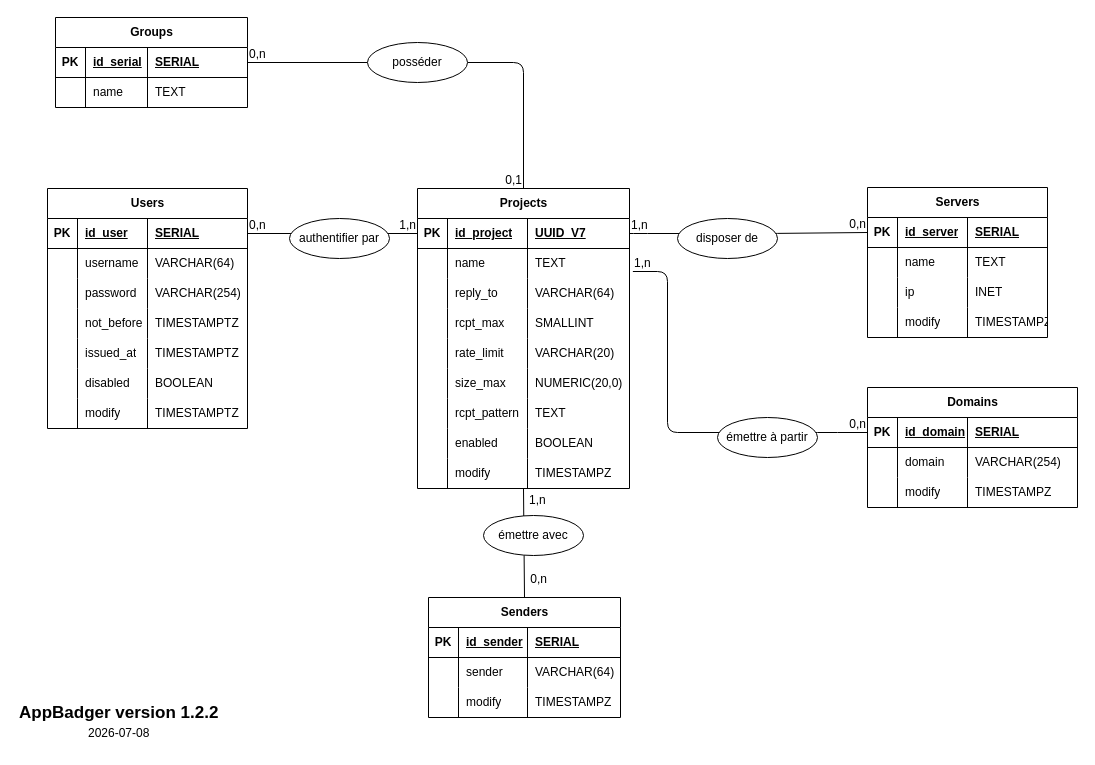
The draw.io diagram Doc/mcd.drawio in matyas-cyril/appmail-badger, before the edit. Source tidied: cells renumbered, new cells numbered last; positions are measured from the earlier drawing's top-left corner, leaving out a move shared by most shapes. Both pictures are drawn from the tidied source at 100%, with x=0, y=0 at pixel (17, 17).
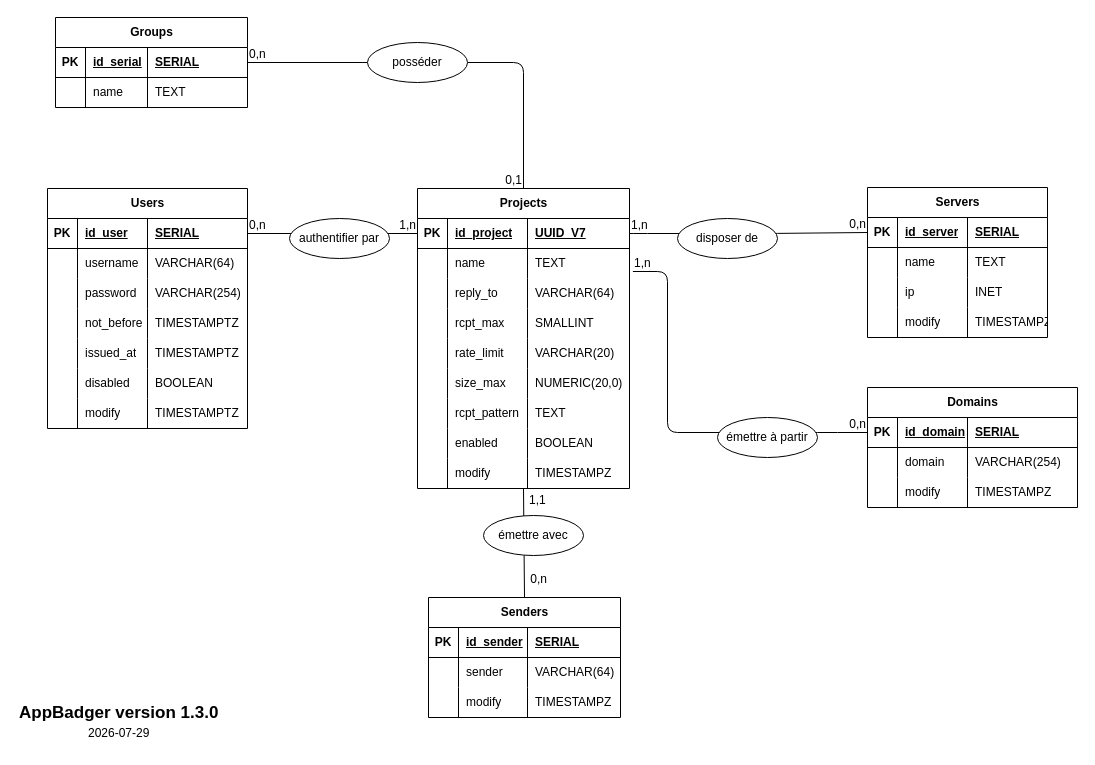
Above is the later version.

Commit message (it also covers changes not shown here):
Prise en compte dans la nouvelle cardinalité

Unchanged cells that the change refers to:
```xml
<mxCell id="137" style="endArrow=none;html=1;rounded=0;exitX=0.5;exitY=1;exitDx=0;exitDy=0;entryX=0.5;entryY=0;entryDx=0;entryDy=0;" parent="1" edge="1" source="2" target="110">
  <mxGeometry relative="1" as="geometry" />
</mxCell>
```

The edit, as a diff of the source:
```diff
@@
-    <mxCell id="138" value="1,n" style="html=1;whiteSpace=wrap;align=left;verticalAlign=bottom;" parent="137" vertex="1">
+    <mxCell id="138" value="1,1" style="html=1;whiteSpace=wrap;align=left;verticalAlign=bottom;" parent="137" vertex="1">
       <mxGeometry x="-1" relative="1" as="geometry">
         <mxPoint x="4" y="20" as="offset" />
       </mxGeometry>
     </mxCell>
@@
-    <mxCell id="141" value="&lt;div style=&quot;line-height: 80%;&quot;&gt;&lt;div align=&quot;left&quot;&gt;&lt;b&gt;&lt;font style=&quot;font-size: 17px; line-height: 80%;&quot;&gt;AppBadger version 1.2.2&lt;/font&gt;&lt;/b&gt;&lt;/div&gt;&lt;div&gt;&lt;br&gt;&lt;/div&gt;&lt;div align=&quot;center&quot;&gt;2026-07-08&lt;/div&gt;&lt;/div&gt;" style="text;html=1;whiteSpace=wrap;strokeColor=none;fillColor=none;align=left;verticalAlign=middle;rounded=0;" parent="1" vertex="1">
+    <mxCell id="141" value="&lt;div style=&quot;line-height: 80%;&quot;&gt;&lt;div align=&quot;left&quot;&gt;&lt;b&gt;&lt;font style=&quot;font-size: 17px; line-height: 80%;&quot;&gt;AppBadger version 1.3.0&lt;/font&gt;&lt;/b&gt;&lt;/div&gt;&lt;div&gt;&lt;br&gt;&lt;/div&gt;&lt;div align=&quot;center&quot;&gt;2026-07-29&lt;/div&gt;&lt;/div&gt;" style="text;html=1;whiteSpace=wrap;strokeColor=none;fillColor=none;align=left;verticalAlign=middle;rounded=0;" parent="1" vertex="1">
       <mxGeometry y="680" width="210" height="50" as="geometry" />
     </mxCell>
```
